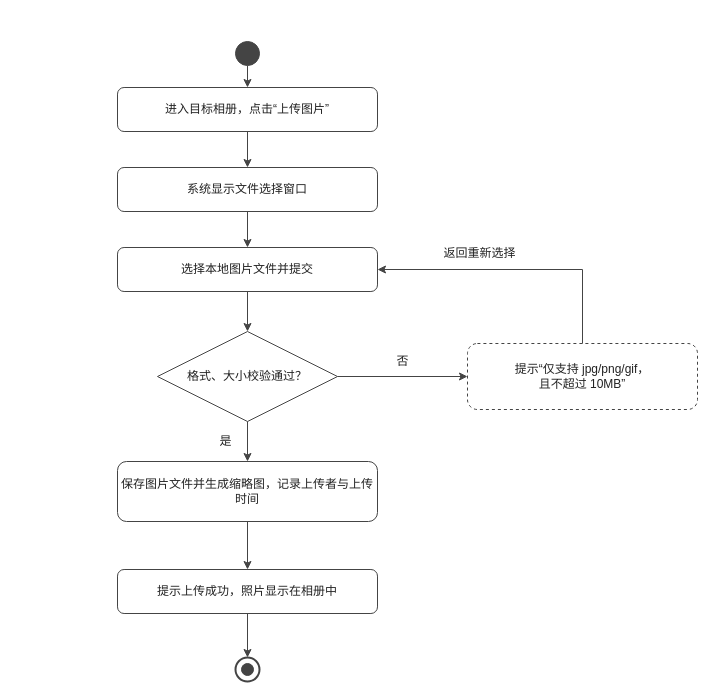
Above: docs/交付/3-照片管理-王柯涵/images/上传图片_活动图.drawio in chennuo1101/electronic-photo-album-system1 (draw.io), before the change. Source tidied: cells renumbered, new cells numbered last; positions are measured from the earlier drawing's top-left corner, leaving out a move shared by most shapes. Both pictures are drawn from the tidied source at 100%, with x=0, y=0 at pixel (117, 41).
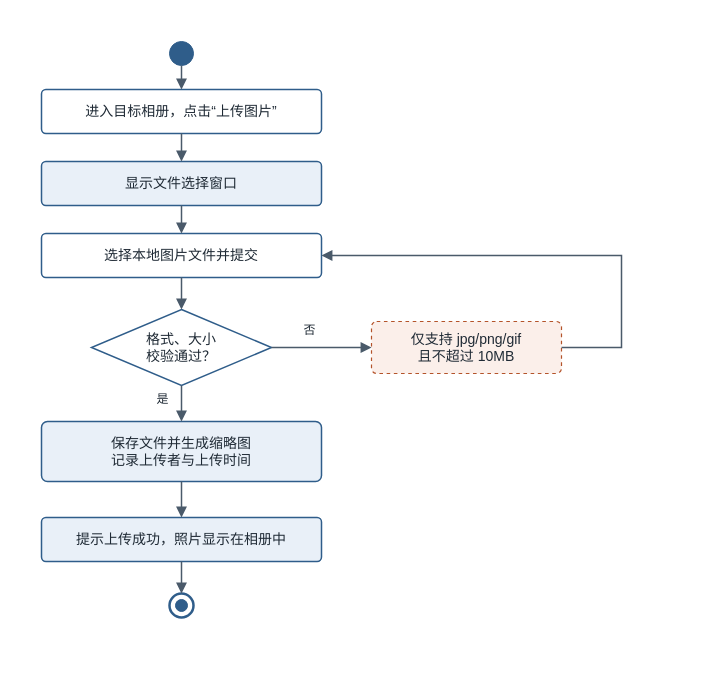
After the change.

What changed in the source:
```diff
@@
+    <mxCell id="25" style="rounded=0;whiteSpace=wrap;html=1;fillColor=#FFFFFF;strokeColor=none;" parent="1" vertex="1">
+      <mxGeometry x="-100" y="-24" width="636" height="624" as="geometry" />
+    </mxCell>
-    <mxCell id="2" style="ellipse;html=1;fillColor=#444444;strokeColor=#444444;" parent="1" vertex="1">
-      <mxGeometry x="118" width="24" height="24" as="geometry" />
+    <mxCell id="2" style="ellipse;html=1;fillColor=#2F5D8A;strokeColor=#2F5D8A;" parent="1" vertex="1">
+      <mxGeometry x="52" width="24" height="24" as="geometry" />
     </mxCell>
-    <mxCell id="3" value="进入目标相册，点击“上传图片”" style="rounded=1;whiteSpace=wrap;html=1;fillColor=#FFFFFF;strokeColor=#444444;fontFamily=Microsoft YaHei;fontSize=12;fontColor=#222222;" parent="1" vertex="1">
-      <mxGeometry y="46" width="260" height="44" as="geometry" />
+    <mxCell id="3" value="进入目标相册，点击“上传图片”" style="rounded=1;arcSize=10;whiteSpace=wrap;html=1;fillColor=#FFFFFF;strokeColor=#2F5D8A;strokeWidth=1.5;fontFamily=Microsoft YaHei;fontSize=14;fontColor=#1F2A35;" parent="1" vertex="1">
+      <mxGeometry x="-76" y="48" width="280" height="44" as="geometry" />
     </mxCell>
-    <mxCell id="4" value="系统显示文件选择窗口" style="rounded=1;whiteSpace=wrap;html=1;fillColor=#FFFFFF;strokeColor=#444444;fontFamily=Microsoft YaHei;fontSize=12;fontColor=#222222;" parent="1" vertex="1">
-      <mxGeometry y="126" width="260" height="44" as="geometry" />
+    <mxCell id="4" value="显示文件选择窗口" style="rounded=1;arcSize=10;whiteSpace=wrap;html=1;fillColor=#E9F0F8;strokeColor=#2F5D8A;strokeWidth=1.5;fontFamily=Microsoft YaHei;fontSize=14;fontColor=#1F2A35;" parent="1" vertex="1">
+      <mxGeometry x="-76" y="120" width="280" height="44" as="geometry" />
     </mxCell>
-    <mxCell id="5" value="选择本地图片文件并提交" style="rounded=1;whiteSpace=wrap;html=1;fillColor=#FFFFFF;strokeColor=#444444;fontFamily=Microsoft YaHei;fontSize=12;fontColor=#222222;" parent="1" vertex="1">
-      <mxGeometry y="206" width="260" height="44" as="geometry" />
+    <mxCell id="5" value="选择本地图片文件并提交" style="rounded=1;arcSize=10;whiteSpace=wrap;html=1;fillColor=#FFFFFF;strokeColor=#2F5D8A;strokeWidth=1.5;fontFamily=Microsoft YaHei;fontSize=14;fontColor=#1F2A35;" parent="1" vertex="1">
+      <mxGeometry x="-76" y="192" width="280" height="44" as="geometry" />
     </mxCell>
-    <mxCell id="6" value="格式、大小校验通过？" style="rhombus;whiteSpace=wrap;html=1;fillColor=#FFFFFF;strokeColor=#444444;fontFamily=Microsoft YaHei;fontSize=12;fontColor=#222222;" parent="1" vertex="1">
-      <mxGeometry x="40" y="290" width="180" height="90" as="geometry" />
+    <mxCell id="6" value="格式、大小&#10;校验通过？" style="rhombus;whiteSpace=wrap;html=1;fillColor=#FFFFFF;strokeColor=#2F5D8A;strokeWidth=1.5;fontFamily=Microsoft YaHei;fontSize=14;fontColor=#1F2A35;" parent="1" vertex="1">
+      <mxGeometry x="-26" y="268" width="180" height="76" as="geometry" />
     </mxCell>
-    <mxCell id="7" value="提示“仅支持 jpg/png/gif，&#10;且不超过 10MB”" style="rounded=1;whiteSpace=wrap;html=1;fillColor=none;strokeColor=#444444;dashed=1;fontFamily=Microsoft YaHei;fontSize=12;fontColor=#222222;" parent="1" vertex="1">
-      <mxGeometry x="350" y="302" width="230" height="66" as="geometry" />
-    </mxCell>
-    <mxCell id="8" value="保存图片文件并生成缩略图，记录上传者与上传时间" style="rounded=1;whiteSpace=wrap;html=1;fillColor=#FFFFFF;strokeColor=#444444;fontFamily=Microsoft YaHei;fontSize=12;fontColor=#222222;" parent="1" vertex="1">
-      <mxGeometry y="420" width="260" height="60" as="geometry" />
+    <mxCell id="8" value="保存文件并生成缩略图&#10;记录上传者与上传时间" style="rounded=1;arcSize=10;whiteSpace=wrap;html=1;fillColor=#E9F0F8;strokeColor=#2F5D8A;strokeWidth=1.5;fontFamily=Microsoft YaHei;fontSize=14;fontColor=#1F2A35;" parent="1" vertex="1">
+      <mxGeometry x="-76" y="380" width="280" height="60" as="geometry" />
     </mxCell>
-    <mxCell id="9" value="提示上传成功，照片显示在相册中" style="rounded=1;whiteSpace=wrap;html=1;fillColor=#FFFFFF;strokeColor=#444444;fontFamily=Microsoft YaHei;fontSize=12;fontColor=#222222;" parent="1" vertex="1">
-      <mxGeometry y="528" width="260" height="44" as="geometry" />
+    <mxCell id="9" value="提示上传成功，照片显示在相册中" style="rounded=1;arcSize=10;whiteSpace=wrap;html=1;fillColor=#E9F0F8;strokeColor=#2F5D8A;strokeWidth=1.5;fontFamily=Microsoft YaHei;fontSize=14;fontColor=#1F2A35;" parent="1" vertex="1">
+      <mxGeometry x="-76" y="476" width="280" height="44" as="geometry" />
     </mxCell>
-    <mxCell id="10" style="ellipse;html=1;fillColor=#FFFFFF;strokeColor=#444444;strokeWidth=2;" parent="1" vertex="1">
-      <mxGeometry x="118" y="616" width="24" height="24" as="geometry" />
+    <mxCell id="10" style="ellipse;html=1;fillColor=#FFFFFF;strokeColor=#2F5D8A;strokeWidth=2.5;" parent="1" vertex="1">
+      <mxGeometry x="52" y="552" width="24" height="24" as="geometry" />
     </mxCell>
-    <mxCell id="11" style="ellipse;html=1;fillColor=#444444;strokeColor=#444444;" parent="1" vertex="1">
-      <mxGeometry x="124" y="622" width="12" height="12" as="geometry" />
-    </mxCell>
-    <mxCell id="12" style="html=1;rounded=0;strokeColor=#444444;strokeWidth=1;" parent="1" edge="1">
-      <mxGeometry relative="1" as="geometry">
-        <mxPoint x="130" y="24" as="sourcePoint" />
-        <mxPoint x="130" y="46" as="targetPoint" />
-      </mxGeometry>
-    </mxCell>
-    <mxCell id="13" style="html=1;rounded=0;strokeColor=#444444;strokeWidth=1;" parent="1" edge="1">
-      <mxGeometry relative="1" as="geometry">
-        <mxPoint x="130" y="90" as="sourcePoint" />
-        <mxPoint x="130" y="126" as="targetPoint" />
-      </mxGeometry>
-    </mxCell>
-    <mxCell id="14" style="html=1;rounded=0;strokeColor=#444444;strokeWidth=1;" parent="1" edge="1">
-      <mxGeometry relative="1" as="geometry">
-        <mxPoint x="130" y="170" as="sourcePoint" />
-        <mxPoint x="130" y="206" as="targetPoint" />
-      </mxGeometry>
-    </mxCell>
-    <mxCell id="15" style="html=1;rounded=0;strokeColor=#444444;strokeWidth=1;" parent="1" edge="1">
-      <mxGeometry relative="1" as="geometry">
-        <mxPoint x="130" y="250" as="sourcePoint" />
-        <mxPoint x="130" y="290" as="targetPoint" />
-      </mxGeometry>
-    </mxCell>
-    <mxCell id="16" style="html=1;rounded=0;strokeColor=#444444;strokeWidth=1;" parent="1" edge="1">
-      <mxGeometry relative="1" as="geometry">
-        <mxPoint x="130" y="380" as="sourcePoint" />
-        <mxPoint x="130" y="420" as="targetPoint" />
-      </mxGeometry>
-    </mxCell>
-    <mxCell id="17" style="html=1;rounded=0;strokeColor=#444444;strokeWidth=1;" parent="1" edge="1">
-      <mxGeometry relative="1" as="geometry">
-        <mxPoint x="130" y="480" as="sourcePoint" />
-        <mxPoint x="130" y="528" as="targetPoint" />
-      </mxGeometry>
-    </mxCell>
-    <mxCell id="18" style="html=1;rounded=0;strokeColor=#444444;strokeWidth=1;" parent="1" edge="1">
-      <mxGeometry relative="1" as="geometry">
-        <mxPoint x="130" y="572" as="sourcePoint" />
-        <mxPoint x="130" y="616" as="targetPoint" />
-      </mxGeometry>
-    </mxCell>
-    <mxCell id="19" style="html=1;rounded=0;strokeColor=#444444;strokeWidth=1;" parent="1" edge="1">
-      <mxGeometry relative="1" as="geometry">
-        <mxPoint x="220" y="335" as="sourcePoint" />
-        <mxPoint x="350" y="335" as="targetPoint" />
-      </mxGeometry>
-    </mxCell>
-    <mxCell id="20" style="html=1;rounded=0;strokeColor=#444444;strokeWidth=1;startArrow=none;endArrow=none;" parent="1" edge="1">
-      <mxGeometry relative="1" as="geometry">
-        <mxPoint x="465" y="302" as="sourcePoint" />
-        <mxPoint x="465" y="228" as="targetPoint" />
-      </mxGeometry>
-    </mxCell>
-    <mxCell id="21" style="html=1;rounded=0;strokeColor=#444444;strokeWidth=1;" parent="1" edge="1">
-      <mxGeometry relative="1" as="geometry">
-        <mxPoint x="465" y="228" as="sourcePoint" />
-        <mxPoint x="260" y="228" as="targetPoint" />
-      </mxGeometry>
-    </mxCell>
+    <mxCell id="26" style="ellipse;html=1;fillColor=#2F5D8A;strokeColor=#2F5D8A;" parent="1" vertex="1">
+      <mxGeometry x="58" y="558" width="12" height="12" as="geometry" />
+    </mxCell>
+    <mxCell id="27" style="html=1;rounded=0;strokeColor=#4A5A6A;strokeWidth=1.5;startArrow=none;endArrow=block;endFill=1;endSize=7;jumpStyle=arc;jumpSize=6;" parent="1" edge="1">
+      <mxGeometry relative="1" as="geometry">
+        <mxPoint x="64" y="24" as="sourcePoint" />
+        <mxPoint x="64" y="48" as="targetPoint" />
+      </mxGeometry>
+    </mxCell>
+    <mxCell id="28" style="html=1;rounded=0;strokeColor=#4A5A6A;strokeWidth=1.5;startArrow=none;endArrow=block;endFill=1;endSize=7;jumpStyle=arc;jumpSize=6;" parent="1" edge="1">
+      <mxGeometry relative="1" as="geometry">
+        <mxPoint x="64" y="92" as="sourcePoint" />
+        <mxPoint x="64" y="120" as="targetPoint" />
+      </mxGeometry>
+    </mxCell>
+    <mxCell id="29" style="html=1;rounded=0;strokeColor=#4A5A6A;strokeWidth=1.5;startArrow=none;endArrow=block;endFill=1;endSize=7;jumpStyle=arc;jumpSize=6;" parent="1" edge="1">
+      <mxGeometry relative="1" as="geometry">
+        <mxPoint x="64" y="164" as="sourcePoint" />
+        <mxPoint x="64" y="192" as="targetPoint" />
+      </mxGeometry>
+    </mxCell>
+    <mxCell id="30" style="html=1;rounded=0;strokeColor=#4A5A6A;strokeWidth=1.5;startArrow=none;endArrow=block;endFill=1;endSize=7;jumpStyle=arc;jumpSize=6;" parent="1" edge="1">
+      <mxGeometry relative="1" as="geometry">
+        <mxPoint x="64" y="236" as="sourcePoint" />
+        <mxPoint x="64" y="268" as="targetPoint" />
+      </mxGeometry>
+    </mxCell>
+    <mxCell id="31" style="html=1;rounded=0;strokeColor=#4A5A6A;strokeWidth=1.5;startArrow=none;endArrow=block;endFill=1;endSize=7;jumpStyle=arc;jumpSize=6;" parent="1" edge="1">
+      <mxGeometry relative="1" as="geometry">
+        <mxPoint x="64" y="344" as="sourcePoint" />
+        <mxPoint x="64" y="380" as="targetPoint" />
+      </mxGeometry>
+    </mxCell>
+    <mxCell id="23" value="是" style="text;html=1;align=center;verticalAlign=middle;fillColor=#FFFFFF;strokeColor=none;fontFamily=Microsoft YaHei;fontSize=12;fontColor=#1F2A35;" parent="1" vertex="1">
+      <mxGeometry x="34" y="349" width="22" height="18" as="geometry" />
+    </mxCell>
+    <mxCell id="32" style="html=1;rounded=0;strokeColor=#4A5A6A;strokeWidth=1.5;startArrow=none;endArrow=block;endFill=1;endSize=7;jumpStyle=arc;jumpSize=6;" parent="1" edge="1">
+      <mxGeometry relative="1" as="geometry">
+        <mxPoint x="64" y="440" as="sourcePoint" />
+        <mxPoint x="64" y="476" as="targetPoint" />
+      </mxGeometry>
+    </mxCell>
+    <mxCell id="33" style="html=1;rounded=0;strokeColor=#4A5A6A;strokeWidth=1.5;startArrow=none;endArrow=block;endFill=1;endSize=7;jumpStyle=arc;jumpSize=6;" parent="1" edge="1">
+      <mxGeometry relative="1" as="geometry">
+        <mxPoint x="64" y="520" as="sourcePoint" />
+        <mxPoint x="64" y="552" as="targetPoint" />
+      </mxGeometry>
+    </mxCell>
+    <mxCell id="34" value="仅支持 jpg/png/gif&#10;且不超过 10MB" style="rounded=1;arcSize=10;whiteSpace=wrap;html=1;fillColor=#FBEFEA;strokeColor=#B4532A;strokeWidth=1.2;dashed=1;fontFamily=Microsoft YaHei;fontSize=14;fontColor=#1F2A35;" parent="1" vertex="1">
+      <mxGeometry x="254" y="280" width="190" height="52" as="geometry" />
+    </mxCell>
+    <mxCell id="35" style="html=1;rounded=0;strokeColor=#4A5A6A;strokeWidth=1.5;startArrow=none;endArrow=block;endFill=1;endSize=7;jumpStyle=arc;jumpSize=6;" parent="1" edge="1">
+      <mxGeometry relative="1" as="geometry">
+        <mxPoint x="154" y="306" as="sourcePoint" />
+        <mxPoint x="254" y="306" as="targetPoint" />
+      </mxGeometry>
+    </mxCell>
-    <mxCell id="22" value="否" style="text;html=1;align=center;verticalAlign=middle;fillColor=none;strokeColor=none;fontFamily=Microsoft YaHei;fontSize=12;fontColor=#222222;" parent="1" vertex="1">
-      <mxGeometry x="275" y="310" width="20" height="20" as="geometry" />
+    <mxCell id="22" value="否" style="text;html=1;align=center;verticalAlign=middle;fillColor=#FFFFFF;strokeColor=none;fontFamily=Microsoft YaHei;fontSize=12;fontColor=#1F2A35;" parent="1" vertex="1">
+      <mxGeometry x="180" y="280" width="24" height="18" as="geometry" />
     </mxCell>
-    <mxCell id="23" value="是" style="text;html=1;align=center;verticalAlign=middle;fillColor=none;strokeColor=none;fontFamily=Microsoft YaHei;fontSize=12;fontColor=#222222;" parent="1" vertex="1">
-      <mxGeometry x="96" y="390" width="24" height="20" as="geometry" />
-    </mxCell>
-    <mxCell id="24" value="返回重新选择" style="text;html=1;align=center;verticalAlign=middle;fillColor=none;strokeColor=none;fontFamily=Microsoft YaHei;fontSize=12;fontColor=#222222;" parent="1" vertex="1">
-      <mxGeometry x="297" y="202" width="130" height="20" as="geometry" />
-    </mxCell>
+    <mxCell id="36" style="html=1;rounded=0;strokeColor=#4A5A6A;strokeWidth=1.5;startArrow=none;endArrow=block;endFill=1;endSize=7;jumpStyle=arc;jumpSize=6;" parent="1" edge="1">
+      <mxGeometry relative="1" as="geometry">
+        <mxPoint x="444" y="306" as="sourcePoint" />
+        <mxPoint x="204" y="214" as="targetPoint" />
+        <Array as="points">
+          <mxPoint x="504" y="306" />
+          <mxPoint x="504" y="214" />
+        </Array>
+      </mxGeometry>
+    </mxCell>
```
